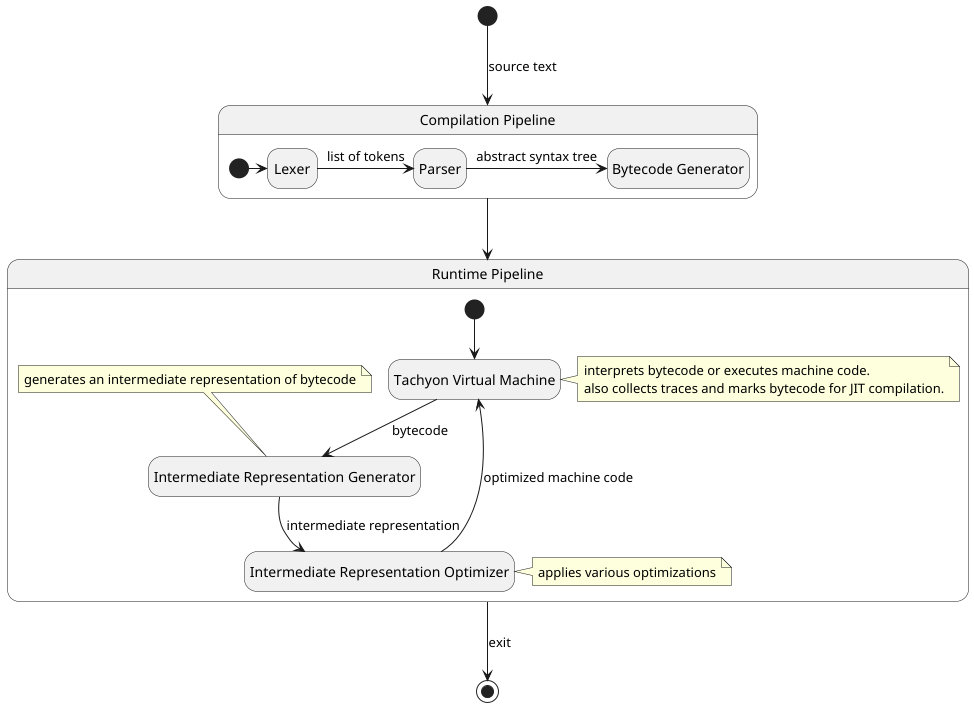
The PlantUML diagram docs/architecture/pipeline/pipeline.png in kostareg/tachyon, before a commit.
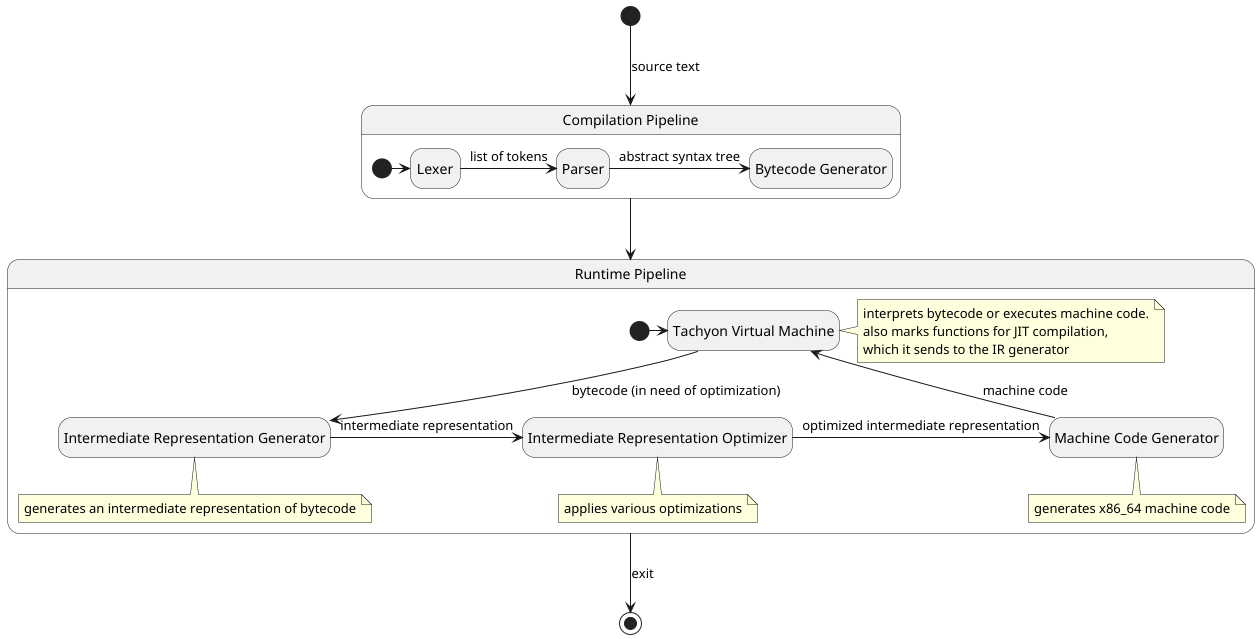
The same file after the commit.

Commit message:
docs: update pipeline with JIT information

Change to the diagram source:
```diff
@@ -21,15 +21,18 @@
   state "Tachyon Virtual Machine"  as VM
   state "Intermediate Representation Generator" as IRGenerator
   state "Intermediate Representation Optimizer" as IROptimizer
+  state "Machine Code Generator" as MCGenerator
 
-  note right of VM : interprets bytecode or executes machine code.\nalso collects traces and marks bytecode for JIT compilation.
-  note top of IRGenerator : generates an intermediate representation of bytecode
-  note right of IROptimizer : applies various optimizations
+  note right of VM : interprets bytecode or executes machine code.\nalso marks functions for JIT compilation,\nwhich it sends to the IR generator
+  note bottom of IRGenerator : generates an intermediate representation of bytecode
+  note bottom of IROptimizer : applies various optimizations
+  note bottom of MCGenerator : generates x86_64 machine code
 
-  [*] -down-> VM
-  VM -down-> IRGenerator : bytecode
-  IRGenerator -down-> IROptimizer : intermediate representation
-  IROptimizer -up-> VM : optimized machine code
+  [*] -right-> VM
+  VM -down-> IRGenerator : bytecode (in need of optimization)
+  IRGenerator -right-> IROptimizer : intermediate representation
+  IROptimizer -right-> MCGenerator : optimized intermediate representation
+  MCGenerator -up-> VM : machine code
 }
 RuntimePipeline --> [*] : exit
 
```
